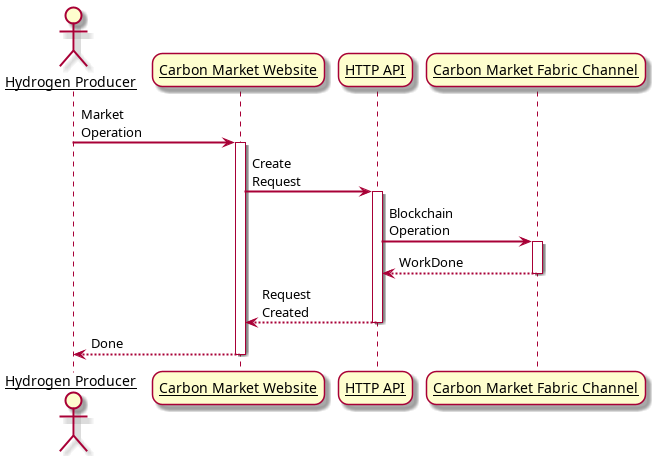
The PlantUML diagram diagrams/out/sequence/SequenceNormal.png in oscargolding/Carboncoin-ESG, before a commit. The source it was exported from:
```plantuml
@startuml SequenceNormal
skinparam sequenceArrowThickness 2
skinparam roundcorner 20
skinparam maxmessagesize 60
skinparam sequenceParticipant underline

actor "Hydrogen Producer" as User
participant "Carbon Market Website" as A
participant "HTTP API" as B
participant "Carbon Market Fabric Channel" as C

User -> A: Market Operation
activate A

A -> B: Create Request
activate B

B -> C: Blockchain Operation
activate C
C --> B: WorkDone
deactivate C

B --> A: Request Created
deactivate B

A --> User: Done
deactivate A

@enduml
```
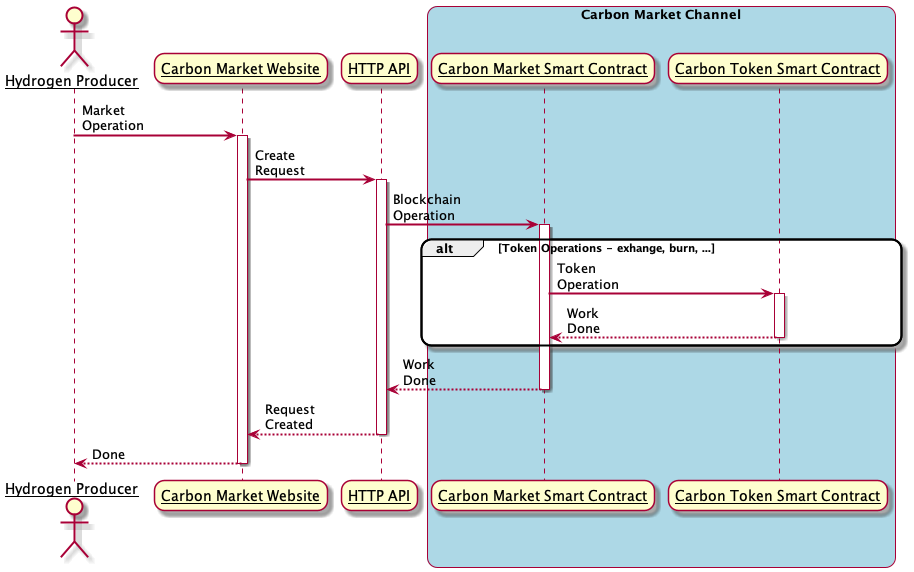
After the change.

What changed in the source:
```diff
@@ -7,7 +7,10 @@
 actor "Hydrogen Producer" as User
 participant "Carbon Market Website" as A
 participant "HTTP API" as B
-participant "Carbon Market Fabric Channel" as C
+box "Carbon Market Channel" #LightBlue
+participant "Carbon Market Smart Contract" as C
+participant "Carbon Token Smart Contract" as D
+end box
 
 User -> A: Market Operation
 activate A
@@ -17,7 +20,13 @@
 
 B -> C: Blockchain Operation
 activate C
-C --> B: WorkDone
+alt Token Operations - exhange, burn, ...
+C -> D: Token Operation
+activate D
+D --> C: Work Done
+deactivate D
+end
+C --> B: Work Done
 deactivate C
 
 B --> A: Request Created
```
